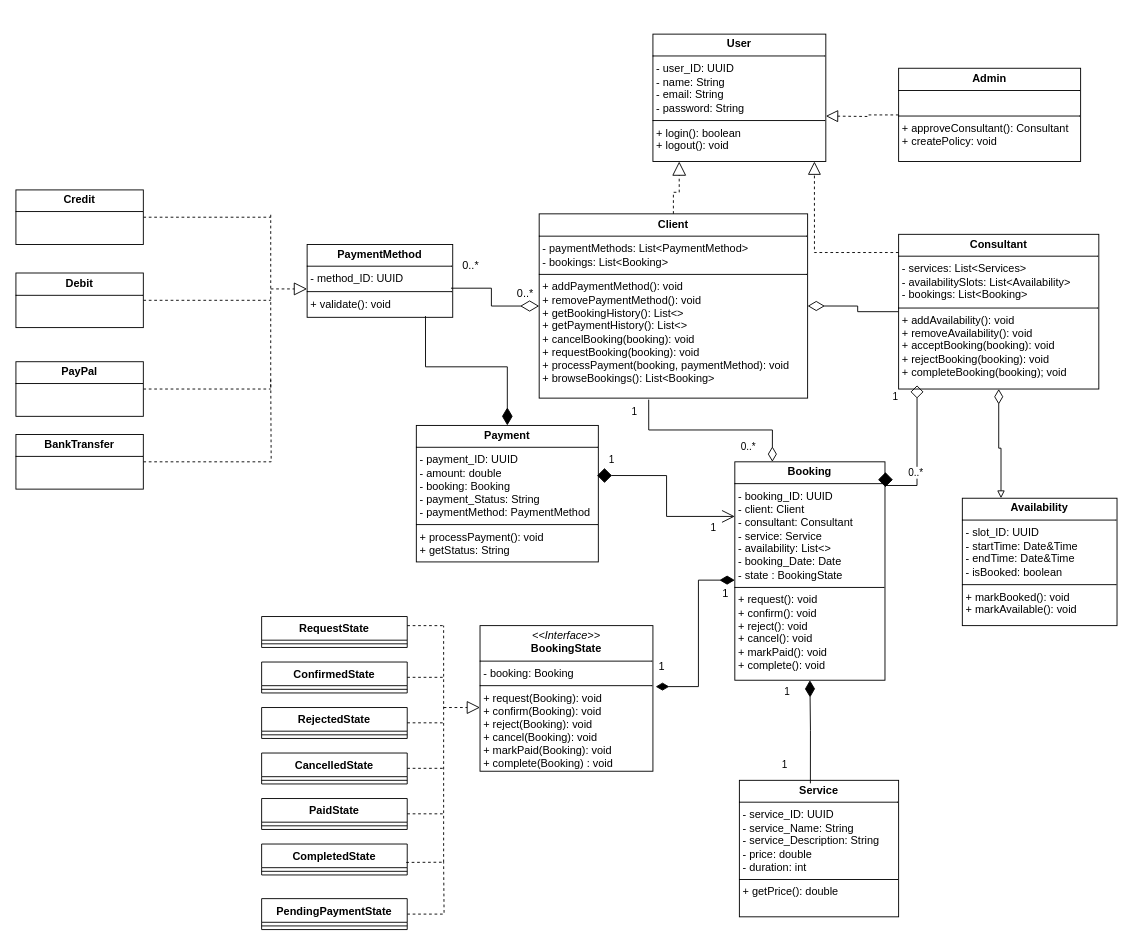
Above: UML Diagrams/Class Diagrams/Class_Diagram_src.drawio.xml in yamintayyar/eecs3311-project (draw.io), before the change. Source tidied: cells renumbered, new cells numbered last; positions are measured from the earlier drawing's top-left corner, leaving out a move shared by most shapes. Both pictures are drawn from the tidied source at 91%, with x=0, y=0 at pixel (15, 34).
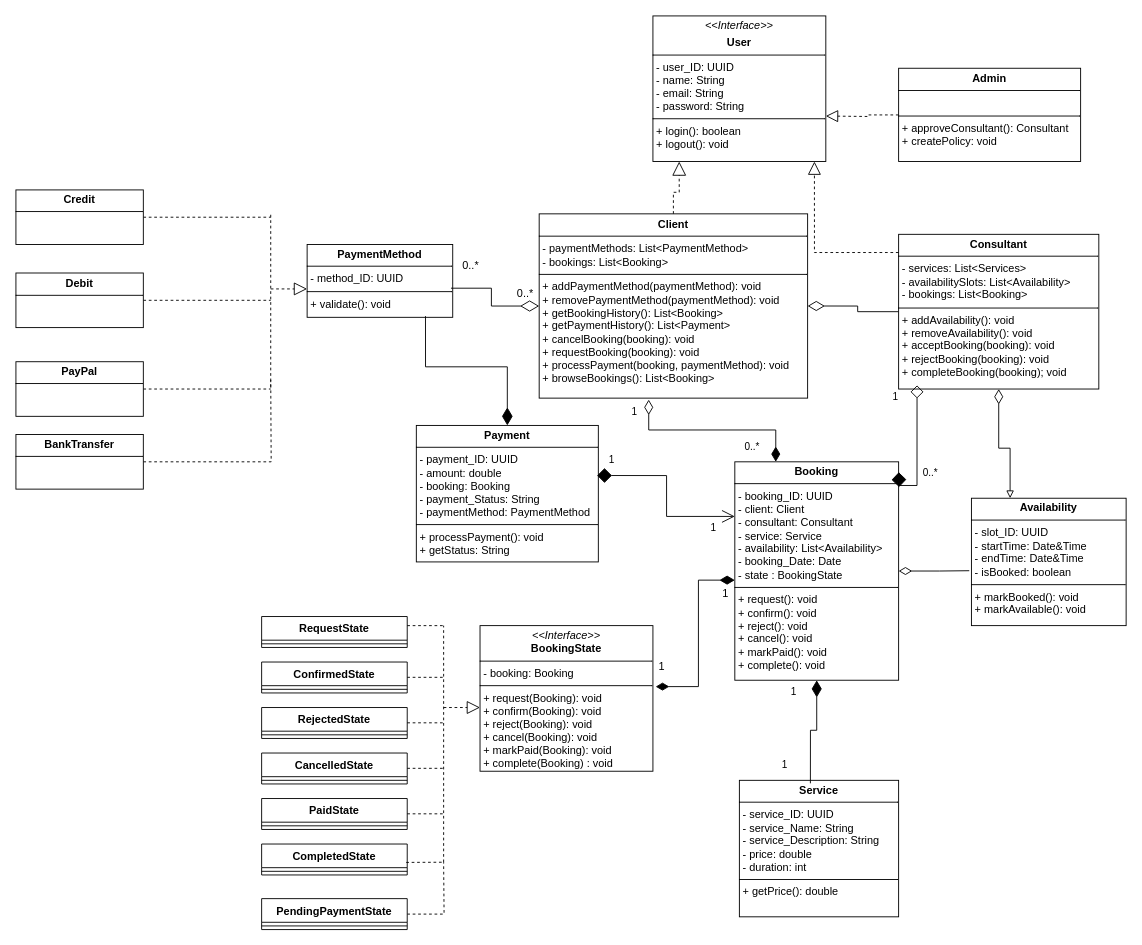
The same diagram, later.

Change to the diagram source:
```diff
@@
-    <mxCell id="2" value="&lt;p style=&quot;margin:0px;margin-top:4px;text-align:center;&quot;&gt;&lt;b&gt;User&lt;/b&gt;&lt;/p&gt;&lt;hr size=&quot;1&quot; style=&quot;border-style:solid;&quot;&gt;&lt;p style=&quot;margin:0px;margin-left:4px;&quot;&gt;- user_ID: UUID&lt;/p&gt;&lt;p style=&quot;margin:0px;margin-left:4px;&quot;&gt;- name: String&lt;/p&gt;&lt;p style=&quot;margin:0px;margin-left:4px;&quot;&gt;- email: String&lt;/p&gt;&lt;p style=&quot;margin:0px;margin-left:4px;&quot;&gt;- password: String&lt;/p&gt;&lt;hr size=&quot;1&quot; style=&quot;border-style:solid;&quot;&gt;&lt;p style=&quot;margin:0px;margin-left:4px;&quot;&gt;+ login(): boolean&lt;/p&gt;&lt;p style=&quot;margin:0px;margin-left:4px;&quot;&gt;+ logout(): void&lt;/p&gt;" style="verticalAlign=top;align=left;overflow=fill;html=1;whiteSpace=wrap;" parent="1" vertex="1">
-      <mxGeometry x="700" width="190" height="140" as="geometry" />
+    <mxCell id="2" value="&lt;p style=&quot;margin:0px;margin-top:4px;text-align:center;&quot;&gt;&lt;i&gt;&amp;lt;&amp;lt;Interface&amp;gt;&amp;gt;&lt;/i&gt;&lt;/p&gt;&lt;p style=&quot;margin:0px;margin-top:4px;text-align:center;&quot;&gt;&lt;b&gt;User&lt;/b&gt;&lt;/p&gt;&lt;hr size=&quot;1&quot; style=&quot;border-style:solid;&quot;&gt;&lt;p style=&quot;margin:0px;margin-left:4px;&quot;&gt;- user_ID: UUID&lt;/p&gt;&lt;p style=&quot;margin:0px;margin-left:4px;&quot;&gt;- name: String&lt;/p&gt;&lt;p style=&quot;margin:0px;margin-left:4px;&quot;&gt;- email: String&lt;/p&gt;&lt;p style=&quot;margin:0px;margin-left:4px;&quot;&gt;- password: String&lt;/p&gt;&lt;hr size=&quot;1&quot; style=&quot;border-style:solid;&quot;&gt;&lt;p style=&quot;margin:0px;margin-left:4px;&quot;&gt;+ login(): boolean&lt;/p&gt;&lt;p style=&quot;margin:0px;margin-left:4px;&quot;&gt;+ logout(): void&lt;/p&gt;" style="verticalAlign=top;align=left;overflow=fill;html=1;whiteSpace=wrap;" parent="1" vertex="1">
+      <mxGeometry x="700" y="-20" width="190" height="160" as="geometry" />
     </mxCell>
@@
-    <mxCell id="5" value="&lt;p style=&quot;margin:0px;margin-top:4px;text-align:center;&quot;&gt;&lt;b&gt;Client&lt;/b&gt;&lt;/p&gt;&lt;hr size=&quot;1&quot; style=&quot;border-style:solid;&quot;&gt;&lt;p style=&quot;margin:0px;margin-left:4px;&quot;&gt;- paymentMethods: List&amp;lt;PaymentMethod&amp;gt;&lt;/p&gt;&lt;p style=&quot;margin:0px;margin-left:4px;&quot;&gt;- bookings: List&amp;lt;Booking&amp;gt;&lt;/p&gt;&lt;hr size=&quot;1&quot; style=&quot;border-style:solid;&quot;&gt;&lt;p style=&quot;margin:0px;margin-left:4px;&quot;&gt;+ addPaymentMethod(): void&lt;/p&gt;&lt;p style=&quot;margin:0px;margin-left:4px;&quot;&gt;+ removePaymentMethod(): void&lt;/p&gt;&lt;p style=&quot;margin:0px;margin-left:4px;&quot;&gt;+ getBookingHistory(): List&amp;lt;&amp;gt;&lt;/p&gt;&lt;p style=&quot;margin:0px;margin-left:4px;&quot;&gt;+ getPaymentHistory(): List&amp;lt;&amp;gt;&lt;/p&gt;&lt;p style=&quot;margin:0px;margin-left:4px;&quot;&gt;+ cancelBooking(booking): void&lt;/p&gt;&lt;p style=&quot;margin:0px;margin-left:4px;&quot;&gt;+ requestBooking(booking): void&lt;/p&gt;&lt;p style=&quot;margin:0px;margin-left:4px;&quot;&gt;+ processPayment(booking, paymentMethod): void&lt;/p&gt;&lt;p style=&quot;margin:0px;margin-left:4px;&quot;&gt;+ browseBookings(): List&amp;lt;Booking&amp;gt;&lt;/p&gt;" style="verticalAlign=top;align=left;overflow=fill;html=1;whiteSpace=wrap;" parent="1" vertex="1">
+    <mxCell id="5" value="&lt;p style=&quot;margin:0px;margin-top:4px;text-align:center;&quot;&gt;&lt;b&gt;Client&lt;/b&gt;&lt;/p&gt;&lt;hr size=&quot;1&quot; style=&quot;border-style:solid;&quot;&gt;&lt;p style=&quot;margin:0px;margin-left:4px;&quot;&gt;- paymentMethods: List&amp;lt;PaymentMethod&amp;gt;&lt;/p&gt;&lt;p style=&quot;margin:0px;margin-left:4px;&quot;&gt;- bookings: List&amp;lt;Booking&amp;gt;&lt;/p&gt;&lt;hr size=&quot;1&quot; style=&quot;border-style:solid;&quot;&gt;&lt;p style=&quot;margin:0px;margin-left:4px;&quot;&gt;+ addPaymentMethod(paymentMethod): void&lt;/p&gt;&lt;p style=&quot;margin:0px;margin-left:4px;&quot;&gt;+ removePaymentMethod(&lt;span style=&quot;background-color: transparent; color: light-dark(rgb(0, 0, 0), rgb(255, 255, 255));&quot;&gt;paymentMethod&lt;/span&gt;&lt;span style=&quot;background-color: transparent; color: light-dark(rgb(0, 0, 0), rgb(255, 255, 255));&quot;&gt;): void&lt;/span&gt;&lt;/p&gt;&lt;p style=&quot;margin:0px;margin-left:4px;&quot;&gt;+ getBookingHistory(): List&amp;lt;Booking&amp;gt;&lt;/p&gt;&lt;p style=&quot;margin:0px;margin-left:4px;&quot;&gt;+ getPaymentHistory(): List&amp;lt;Payment&amp;gt;&lt;/p&gt;&lt;p style=&quot;margin:0px;margin-left:4px;&quot;&gt;+ cancelBooking(booking): void&lt;/p&gt;&lt;p style=&quot;margin:0px;margin-left:4px;&quot;&gt;+ requestBooking(booking): void&lt;/p&gt;&lt;p style=&quot;margin:0px;margin-left:4px;&quot;&gt;+ processPayment(booking, paymentMethod): void&lt;/p&gt;&lt;p style=&quot;margin:0px;margin-left:4px;&quot;&gt;+ browseBookings(): List&amp;lt;Booking&amp;gt;&lt;/p&gt;" style="verticalAlign=top;align=left;overflow=fill;html=1;whiteSpace=wrap;" parent="1" vertex="1">
       <mxGeometry x="575" y="197.5" width="295" height="202.5" as="geometry" />
     </mxCell>
@@
-    <mxCell id="9" value="&lt;p style=&quot;margin:0px;margin-top:4px;text-align:center;&quot;&gt;&lt;b&gt;Booking&lt;/b&gt;&lt;/p&gt;&lt;hr size=&quot;1&quot; style=&quot;border-style:solid;&quot;&gt;&lt;p style=&quot;margin:0px;margin-left:4px;&quot;&gt;- booking_ID: UUID&lt;/p&gt;&lt;p style=&quot;margin:0px;margin-left:4px;&quot;&gt;- client: Client&lt;/p&gt;&lt;p style=&quot;margin:0px;margin-left:4px;&quot;&gt;- consultant: Consultant&lt;/p&gt;&lt;p style=&quot;margin:0px;margin-left:4px;&quot;&gt;- service: Service&lt;/p&gt;&lt;p style=&quot;margin:0px;margin-left:4px;&quot;&gt;- availability: List&amp;lt;&amp;gt;&lt;/p&gt;&lt;p style=&quot;margin:0px;margin-left:4px;&quot;&gt;- booking_Date: Date&lt;/p&gt;&lt;p style=&quot;margin:0px;margin-left:4px;&quot;&gt;- state : BookingState&lt;/p&gt;&lt;hr size=&quot;1&quot; style=&quot;border-style:solid;&quot;&gt;&lt;p style=&quot;margin:0px;margin-left:4px;&quot;&gt;+ request(): void&lt;/p&gt;&lt;p style=&quot;margin:0px;margin-left:4px;&quot;&gt;+ confirm(): void&lt;/p&gt;&lt;p style=&quot;margin:0px;margin-left:4px;&quot;&gt;+ reject(): void&lt;/p&gt;&lt;p style=&quot;margin:0px;margin-left:4px;&quot;&gt;+ cancel(): void&lt;/p&gt;&lt;p style=&quot;margin:0px;margin-left:4px;&quot;&gt;+ markPaid(): void&lt;/p&gt;&lt;p style=&quot;margin:0px;margin-left:4px;&quot;&gt;+ complete(): void&lt;/p&gt;" style="verticalAlign=top;align=left;overflow=fill;html=1;whiteSpace=wrap;" parent="1" vertex="1">
-      <mxGeometry x="790" y="470" width="165" height="240" as="geometry" />
+    <mxCell id="9" value="&lt;p style=&quot;margin:0px;margin-top:4px;text-align:center;&quot;&gt;&lt;b&gt;Booking&lt;/b&gt;&lt;/p&gt;&lt;hr size=&quot;1&quot; style=&quot;border-style:solid;&quot;&gt;&lt;p style=&quot;margin:0px;margin-left:4px;&quot;&gt;- booking_ID: UUID&lt;/p&gt;&lt;p style=&quot;margin:0px;margin-left:4px;&quot;&gt;- client: Client&lt;/p&gt;&lt;p style=&quot;margin:0px;margin-left:4px;&quot;&gt;- consultant: Consultant&lt;/p&gt;&lt;p style=&quot;margin:0px;margin-left:4px;&quot;&gt;- service: Service&lt;/p&gt;&lt;p style=&quot;margin:0px;margin-left:4px;&quot;&gt;- availability: List&amp;lt;Availability&amp;gt;&lt;/p&gt;&lt;p style=&quot;margin:0px;margin-left:4px;&quot;&gt;- booking_Date: Date&lt;/p&gt;&lt;p style=&quot;margin:0px;margin-left:4px;&quot;&gt;- state : BookingState&lt;/p&gt;&lt;hr size=&quot;1&quot; style=&quot;border-style:solid;&quot;&gt;&lt;p style=&quot;margin:0px;margin-left:4px;&quot;&gt;+ request(): void&lt;/p&gt;&lt;p style=&quot;margin:0px;margin-left:4px;&quot;&gt;+ confirm(): void&lt;/p&gt;&lt;p style=&quot;margin:0px;margin-left:4px;&quot;&gt;+ reject(): void&lt;/p&gt;&lt;p style=&quot;margin:0px;margin-left:4px;&quot;&gt;+ cancel(): void&lt;/p&gt;&lt;p style=&quot;margin:0px;margin-left:4px;&quot;&gt;+ markPaid(): void&lt;/p&gt;&lt;p style=&quot;margin:0px;margin-left:4px;&quot;&gt;+ complete(): void&lt;/p&gt;" style="verticalAlign=top;align=left;overflow=fill;html=1;whiteSpace=wrap;" parent="1" vertex="1">
+      <mxGeometry x="790" y="470" width="180" height="240" as="geometry" />
     </mxCell>
-    <mxCell id="10" style="endArrow=none;html=1;endSize=12;startArrow=diamondThin;startSize=14;startFill=0;edgeStyle=orthogonalEdgeStyle;rounded=0;exitX=0.25;exitY=0;exitDx=0;exitDy=0;entryX=0.408;entryY=1.008;entryDx=0;entryDy=0;entryPerimeter=0;endFill=0;" parent="1" edge="1" source="9" target="5">
+    <mxCell id="10" style="endArrow=diamondThin;html=1;endSize=14;startArrow=diamondThin;startSize=14;startFill=1;edgeStyle=orthogonalEdgeStyle;rounded=0;exitX=0.25;exitY=0;exitDx=0;exitDy=0;entryX=0.408;entryY=1.008;entryDx=0;entryDy=0;entryPerimeter=0;endFill=0;" parent="1" edge="1" source="9" target="5">
       <mxGeometry relative="1" as="geometry" />
     </mxCell>
@@
     <mxCell id="17" value="&lt;p style=&quot;margin:0px;margin-top:4px;text-align:center;&quot;&gt;&lt;b&gt;Availability&lt;/b&gt;&lt;/p&gt;&lt;hr size=&quot;1&quot; style=&quot;border-style:solid;&quot;&gt;&lt;p style=&quot;margin:0px;margin-left:4px;&quot;&gt;- slot_ID: UUID&lt;/p&gt;&lt;p style=&quot;margin:0px;margin-left:4px;&quot;&gt;- startTime: Date&amp;amp;Time&lt;/p&gt;&lt;p style=&quot;margin:0px;margin-left:4px;&quot;&gt;- endTime: Date&amp;amp;Time&lt;/p&gt;&lt;p style=&quot;margin:0px;margin-left:4px;&quot;&gt;- isBooked: boolean&lt;/p&gt;&lt;hr size=&quot;1&quot; style=&quot;border-style:solid;&quot;&gt;&lt;p style=&quot;margin:0px;margin-left:4px;&quot;&gt;+ markBooked(): void&lt;/p&gt;&lt;p style=&quot;margin:0px;margin-left:4px;&quot;&gt;+ markAvailable(): void&lt;/p&gt;" style="verticalAlign=top;align=left;overflow=fill;html=1;whiteSpace=wrap;" parent="1" vertex="1">
-      <mxGeometry x="1040" y="510" width="170" height="140" as="geometry" />
+      <mxGeometry x="1050" y="510" width="170" height="140" as="geometry" />
     </mxCell>
@@
+    <mxCell id="69" style="edgeStyle=orthogonalEdgeStyle;rounded=0;jettySize=auto;html=1;entryX=-0.014;entryY=0.569;entryDx=0;entryDy=0;entryPerimeter=0;startArrow=diamondThin;startFill=0;startSize=12;endArrow=none;endFill=0;" parent="1" edge="1" source="9" target="17">
+      <mxGeometry relative="1" as="geometry" />
+    </mxCell>
```
